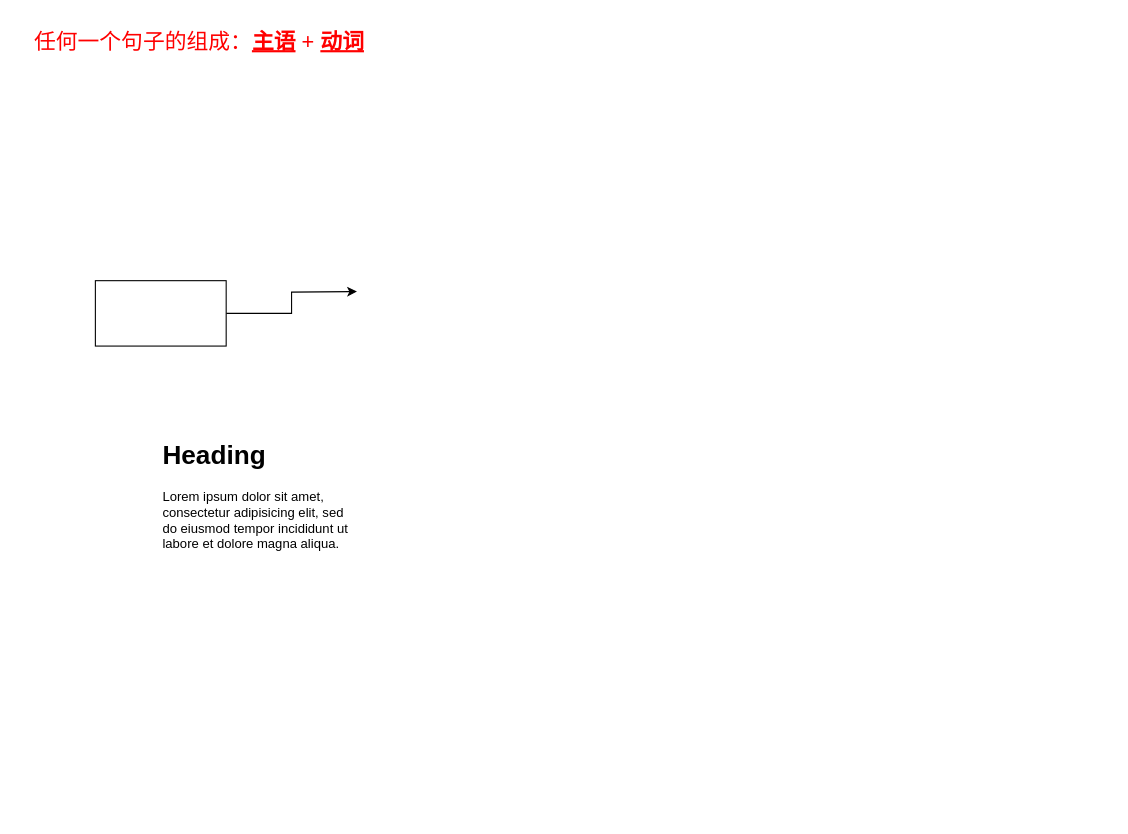
Before: 未命名绘图.drawio in hoyeziyu/Hello_World, a draw.io diagram. Source tidied: cells renumbered, new cells numbered last; positions are measured from the earlier drawing's top-left corner, leaving out a move shared by most shapes. Both pictures are drawn from the tidied source at 109%, with x=0, y=0 at pixel (19, 19).
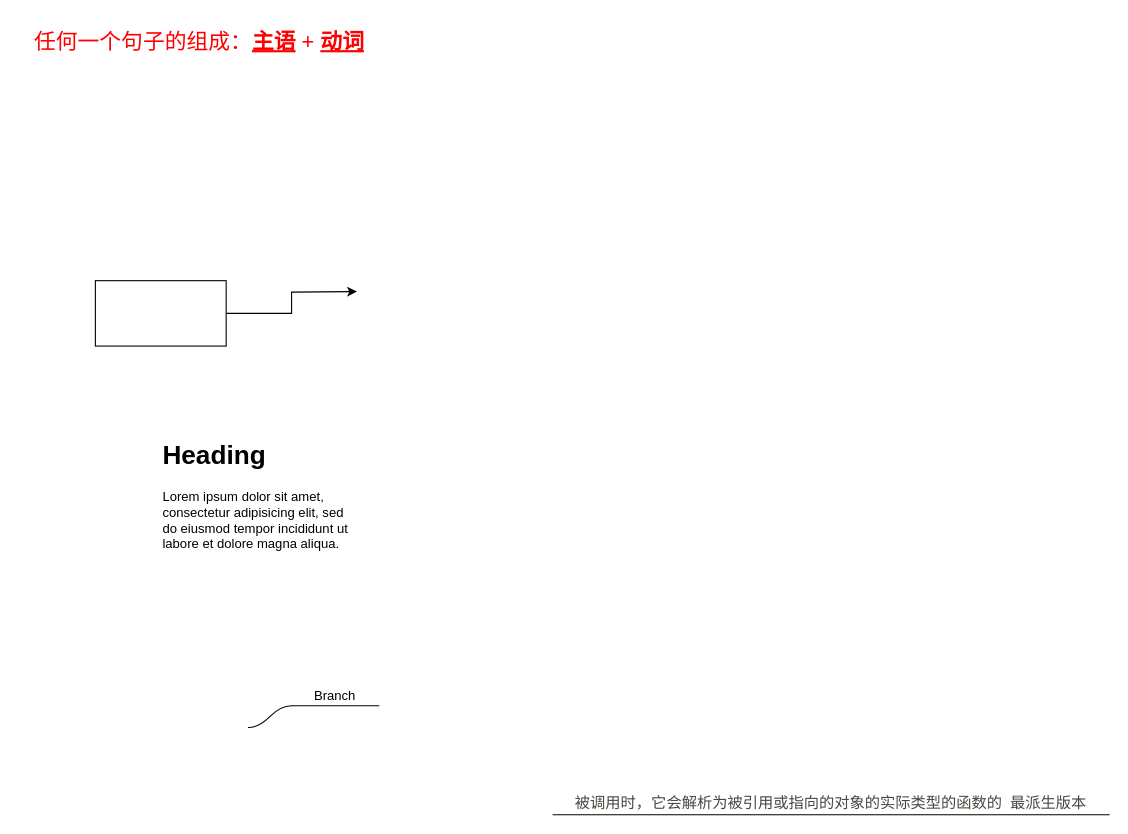
Above is the later version.

Commit message:
更新未命名绘图.drawio

What changed in the source:
```diff
@@
 <mxGraphModel>
   <root>
     <mxCell id="0" />
     <mxCell id="1" parent="0" />
     <mxCell id="2" value="&lt;font style=&quot;font-size: 20px; color: rgb(255, 0, 0);&quot;&gt;任何一个句子的组成：&lt;b&gt;&lt;u&gt;主语&lt;/u&gt;&lt;/b&gt; + &lt;u&gt;&lt;b&gt;动词&lt;/b&gt;&lt;/u&gt;&lt;/font&gt;" style="text;html=1;align=center;verticalAlign=middle;strokeColor=none;fillColor=none;" parent="1" vertex="1">
       <mxGeometry width="330" height="40" as="geometry" />
     </mxCell>
     <mxCell id="3" style="edgeStyle=orthogonalEdgeStyle;rounded=0;jettySize=auto;html=1;" parent="1" edge="1" source="4">
       <mxGeometry relative="1" as="geometry">
         <mxPoint x="310" y="250" as="targetPoint" />
       </mxGeometry>
     </mxCell>
     <mxCell id="4" style="rounded=0;whiteSpace=wrap;html=1;" parent="1" vertex="1">
       <mxGeometry x="70" y="240" width="120" height="60" as="geometry" />
     </mxCell>
     <mxCell id="5" value="&lt;h1 style=&quot;margin-top: 0px;&quot;&gt;Heading&lt;/h1&gt;&lt;p&gt;Lorem ipsum dolor sit amet, consectetur adipisicing elit, sed do eiusmod tempor incididunt ut labore et dolore magna aliqua.&lt;/p&gt;" style="text;html=1;whiteSpace=wrap;overflow=hidden;rounded=0;" parent="1" vertex="1">
       <mxGeometry x="130" y="380" width="180" height="120" as="geometry" />
     </mxCell>
+    <mxCell id="6" value="Branch" style="whiteSpace=wrap;html=1;shape=partialRectangle;top=0;left=0;bottom=1;right=0;points=[[0,1],[1,1]];fillColor=none;align=center;verticalAlign=bottom;routingCenterY=0.5;snapToPoint=1;newEdgeStyle={&quot;edgeStyle&quot;:&quot;entityRelationEdgeStyle&quot;,&quot;startArrow&quot;:&quot;none&quot;,&quot;endArrow&quot;:&quot;none&quot;,&quot;segment&quot;:10,&quot;curved&quot;:1,&quot;sourcePerimeterSpacing&quot;:0,&quot;targetPerimeterSpacing&quot;:0};" parent="1" vertex="1">
+      <mxGeometry x="250" y="600" width="80" height="30" as="geometry" />
+    </mxCell>
+    <mxCell id="7" style="edgeStyle=entityRelationEdgeStyle;startArrow=none;endArrow=none;segment=10;curved=1;sourcePerimeterSpacing=0;targetPerimeterSpacing=0;rounded=0;" parent="1" edge="1" target="6">
+      <mxGeometry relative="1" as="geometry">
+        <mxPoint x="210" y="650" as="sourcePoint" />
+      </mxGeometry>
+    </mxCell>
+    <mxCell id="8" value="&lt;div style=&quot;text-align: start;&quot;&gt;&lt;font face=&quot;Open Sans&quot; color=&quot;#4a463f&quot;&gt;&lt;span style=&quot;font-size: 14px;&quot;&gt;被调用时，它会解析为被引用或指向的对象的实际类型的函数的&amp;nbsp; 最派生版本&lt;/span&gt;&lt;/font&gt;&lt;/div&gt;" style="whiteSpace=wrap;html=1;shape=partialRectangle;top=0;left=0;bottom=1;right=0;fillColor=none;align=center;verticalAlign=bottom;routingCenterY=0.5;newEdgeStyle={&quot;edgeStyle&quot;:&quot;entityRelationEdgeStyle&quot;,&quot;startArrow&quot;:&quot;none&quot;,&quot;endArrow&quot;:&quot;none&quot;,&quot;segment&quot;:10,&quot;curved&quot;:1,&quot;sourcePerimeterSpacing&quot;:0,&quot;targetPerimeterSpacing&quot;:0};" parent="1" vertex="1">
+      <mxGeometry x="490" y="700" width="510" height="30" as="geometry" />
+    </mxCell>
   </root>
 </mxGraphModel>
```
